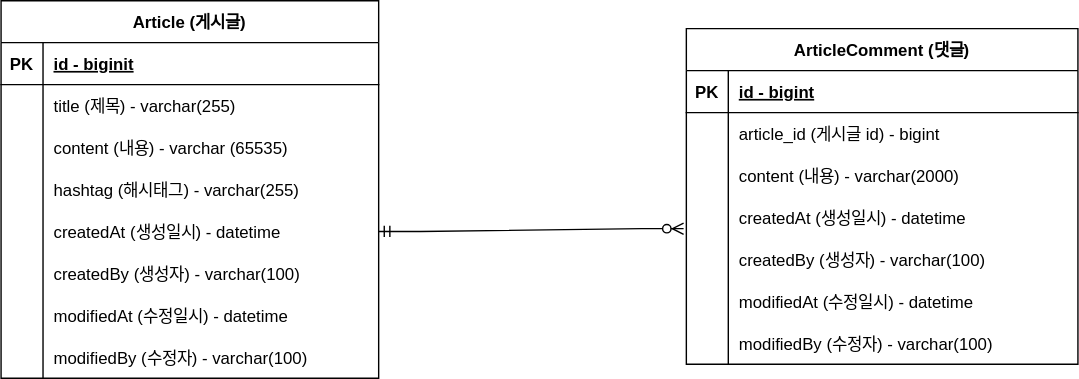
This is project-board-erd.svg from deliciousdev/project-board, a draw.io export, as it was before one commit. Source tidied: cells renumbered, new cells last; positions are measured from the earlier drawing's top-left corner, leaving out a move shared by most shapes.
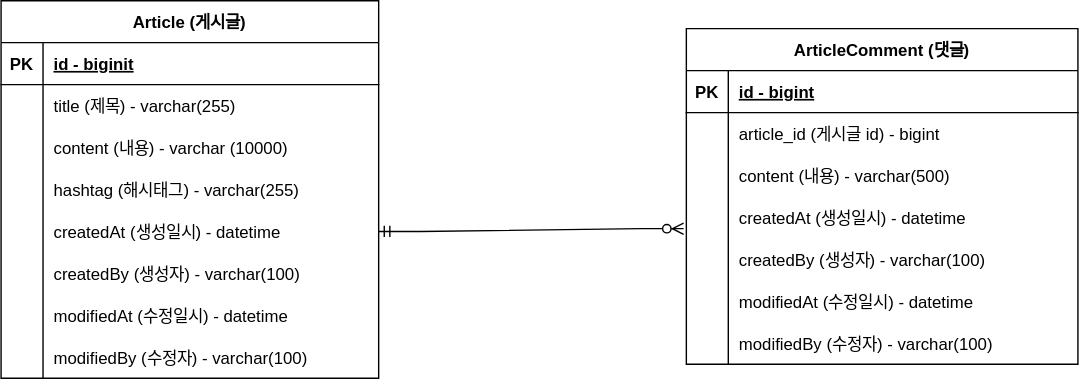
After the change.

Commit message:
#10 - erd update : content 사이즈 변경

The edit, as a diff of the source:
```diff
@@ -29,7 +29,7 @@
     <mxCell id="10" style="shape=partialRectangle;fillColor=none;top=0;left=0;bottom=0;right=0;overflow=hidden;" parent="9" vertex="1">
       <mxGeometry width="30" height="30" as="geometry" />
     </mxCell>
-    <mxCell id="11" value="content (내용) - varchar (65535)" style="shape=partialRectangle;fillColor=none;top=0;left=0;bottom=0;right=0;align=left;spacingLeft=6;overflow=hidden;" parent="9" vertex="1">
+    <mxCell id="11" value="content (내용) - varchar (10000)" style="shape=partialRectangle;fillColor=none;top=0;left=0;bottom=0;right=0;align=left;spacingLeft=6;overflow=hidden;" parent="9" vertex="1">
       <mxGeometry x="30" width="240" height="30" as="geometry" />
     </mxCell>
     <mxCell id="12" style="shape=tableRow;horizontal=0;startSize=0;swimlaneHead=0;swimlaneBody=0;fillColor=none;top=0;left=0;right=0;bottom=0;" parent="2" vertex="1">
@@ -104,7 +104,7 @@
     <mxCell id="35" style="shape=partialRectangle;fillColor=none;top=0;left=0;bottom=0;right=0;overflow=hidden;" parent="34" vertex="1">
       <mxGeometry width="30" height="30" as="geometry" />
     </mxCell>
-    <mxCell id="36" value="content (내용) - varchar(2000)" style="shape=partialRectangle;fillColor=none;top=0;left=0;bottom=0;right=0;align=left;spacingLeft=6;overflow=hidden;" parent="34" vertex="1">
+    <mxCell id="36" value="content (내용) - varchar(500)" style="shape=partialRectangle;fillColor=none;top=0;left=0;bottom=0;right=0;align=left;spacingLeft=6;overflow=hidden;" parent="34" vertex="1">
       <mxGeometry x="30" width="250" height="30" as="geometry" />
     </mxCell>
     <mxCell id="37" style="shape=tableRow;horizontal=0;startSize=0;swimlaneHead=0;swimlaneBody=0;fillColor=none;points=[[0,0.5],[1,0.5]];portConstraint=eastwest;top=0;left=0;right=0;bottom=0;" parent="27" vertex="1">
```
